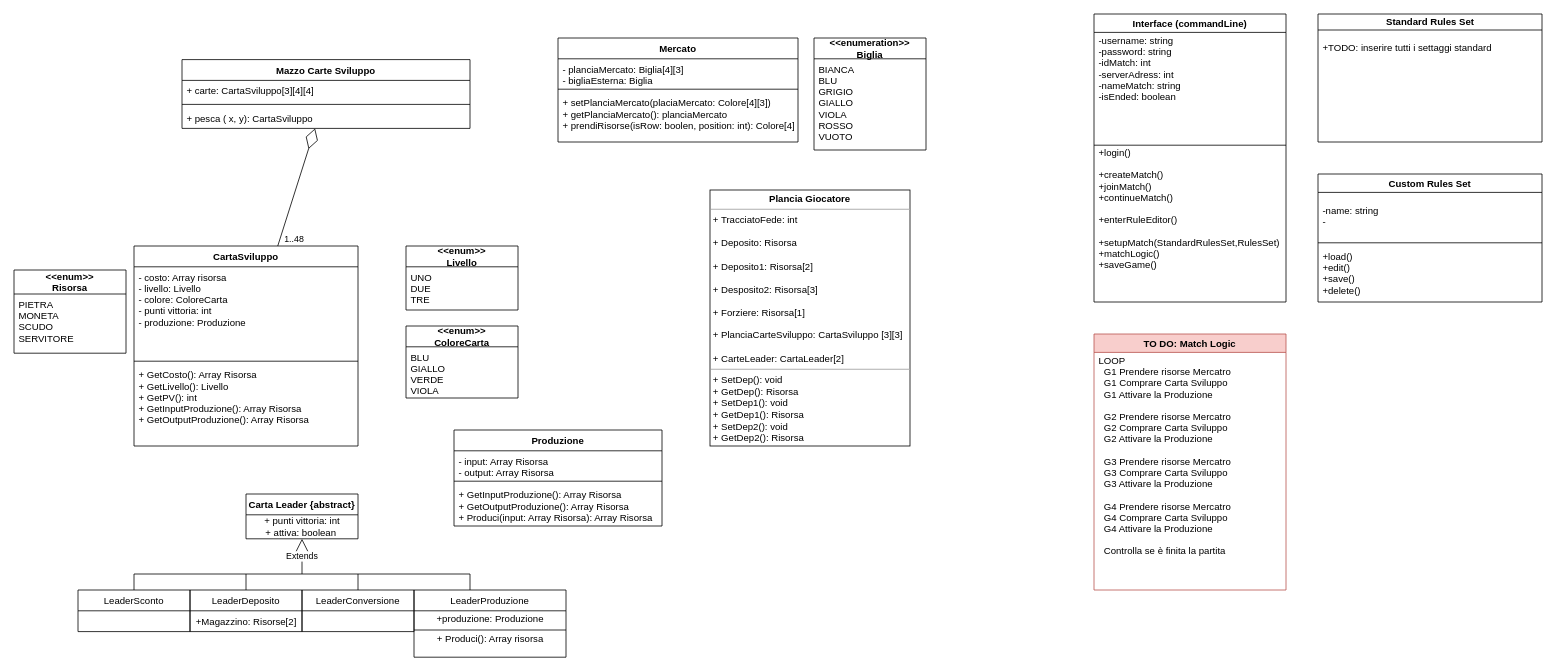
Before: Untitled Diagram.drawio in DavideLancini/ing-sw-2021-Lancini-Gilli-Frigerio, a draw.io diagram. Source tidied: cells renumbered, new cells numbered last; positions are measured from the earlier drawing's top-left corner, leaving out a move shared by most shapes. Both pictures are drawn from the tidied source at 80%, with x=0, y=0 at pixel (14, 14).
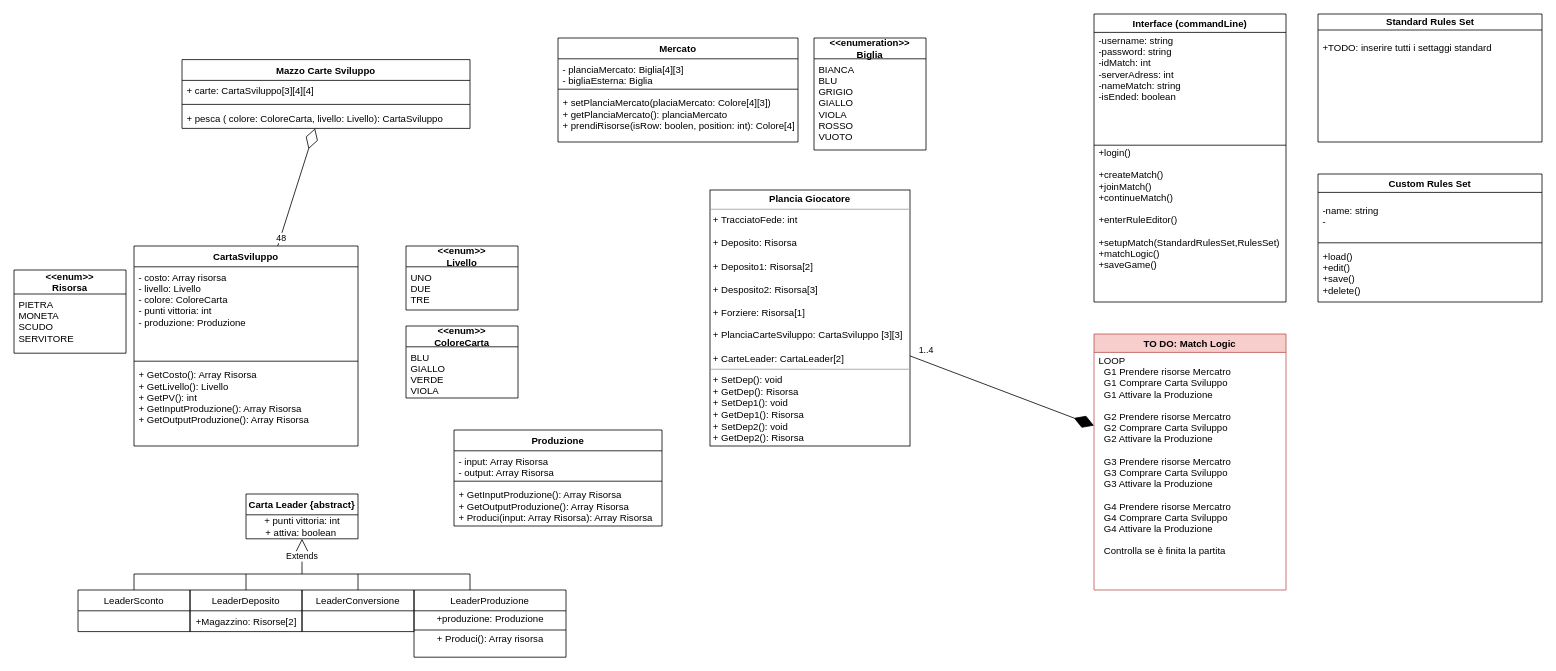
The same diagram, later.

The change refers to these unchanged cells:
```xml
<mxCell id="6" value="&lt;p style=&quot;margin: 0px ; margin-top: 4px ; text-align: center&quot;&gt;&lt;b&gt;Plancia Giocatore&lt;/b&gt;&lt;/p&gt;&lt;hr size=&quot;1&quot;&gt;&lt;p style=&quot;margin: 0px ; margin-left: 4px&quot;&gt;+ TracciatoFede: int&lt;/p&gt;&lt;p style=&quot;margin: 0px ; margin-left: 4px&quot;&gt;&lt;br&gt;&lt;/p&gt;&lt;p style=&quot;margin: 0px ; margin-left: 4px&quot;&gt;+ Deposito: Risorsa&lt;/p&gt;&lt;p style=&quot;margin: 0px ; margin-left: 4px&quot;&gt;&lt;br&gt;&lt;/p&gt;&lt;p style=&quot;margin: 0px ; margin-left: 4px&quot;&gt;+ Deposito1: Risorsa[2]&lt;/p&gt;&lt;p style=&quot;margin: 0px ; margin-left: 4px&quot;&gt;&lt;br&gt;&lt;/p&gt;&lt;p style=&quot;margin: 0px ; margin-left: 4px&quot;&gt;+ Desposito2: Risorsa[3]&lt;/p&gt;&lt;p style=&quot;margin: 0px ; margin-left: 4px&quot;&gt;&lt;br&gt;&lt;/p&gt;&lt;p style=&quot;margin: 0px ; margin-left: 4px&quot;&gt;+ Forziere: Risorsa[1]&lt;/p&gt;&lt;p style=&quot;margin: 0px ; margin-left: 4px&quot;&gt;&lt;br&gt;&lt;/p&gt;&lt;p style=&quot;margin: 0px ; margin-left: 4px&quot;&gt;+ PlanciaCarteSviluppo: CartaSviluppo [3][3]&lt;/p&gt;&lt;p style=&quot;margin: 0px ; margin-left: 4px&quot;&gt;&lt;br&gt;&lt;/p&gt;&lt;p style=&quot;margin: 0px ; margin-left: 4px&quot;&gt;+ CarteLeader: CartaLeader[2]&lt;/p&gt;&lt;hr size=&quot;1&quot;&gt;&lt;p style=&quot;margin: 0px ; margin-left: 4px&quot;&gt;+ SetDep(): void&lt;/p&gt;&lt;p style=&quot;margin: 0px ; margin-left: 4px&quot;&gt;+ GetDep(): Risorsa&lt;/p&gt;&lt;p style=&quot;margin: 0px 0px 0px 4px&quot;&gt;+ SetDep1(): void&lt;/p&gt;&lt;p style=&quot;margin: 0px 0px 0px 4px&quot;&gt;+ GetDep1(): Risorsa&lt;/p&gt;&lt;p style=&quot;margin: 0px 0px 0px 4px&quot;&gt;+ SetDep2(): void&lt;/p&gt;&lt;p style=&quot;margin: 0px 0px 0px 4px&quot;&gt;+ GetDep2(): Risorsa&lt;/p&gt;" style="verticalAlign=top;align=left;overflow=fill;fontSize=12;fontFamily=Helvetica;html=1;" parent="1" vertex="1">
  <mxGeometry x="870" y="220" width="250" height="320" as="geometry" />
</mxCell>
<mxCell id="37" value="TO DO: Match Logic" style="swimlane;strokeColor=#b85450;fillColor=#f8cecc;startSize=23;" parent="1" vertex="1">
  <mxGeometry x="1350" y="400" width="240" height="320" as="geometry" />
</mxCell>
<mxCell id="51" value="Mazzo Carte Sviluppo" style="swimlane;fontStyle=1;align=center;verticalAlign=top;horizontal=1;startSize=26;" parent="1" vertex="1">
  <mxGeometry x="210" y="57" width="360" height="86" as="geometry" />
</mxCell>
<mxCell id="55" style="endArrow=diamondThin;endFill=0;endSize=24;html=1;" parent="1" edge="1" source="7" target="51">
  <mxGeometry relative="1" as="geometry" />
</mxCell>
```

What changed in the source:
```diff
@@
-    <mxCell id="54" value="+ pesca ( x, y): CartaSviluppo" style="text;strokeColor=none;fillColor=none;align=left;verticalAlign=top;spacingLeft=4;spacingRight=4;overflow=hidden;" parent="51" vertex="1">
+    <mxCell id="54" value="+ pesca ( colore: ColoreCarta, livello: Livello): CartaSviluppo" style="text;strokeColor=none;fillColor=none;align=left;verticalAlign=top;spacingLeft=4;spacingRight=4;overflow=hidden;" parent="51" vertex="1">
       <mxGeometry y="60" width="360" height="26" as="geometry" />
     </mxCell>
@@
-    <mxCell id="56" value="1..48" style="edgeLabel;html=1;align=center;verticalAlign=middle;" parent="55" vertex="1">
-      <mxGeometry x="-0.81" y="-3" relative="1" as="geometry">
-        <mxPoint x="12.9" y="3.4" as="offset" />
-      </mxGeometry>
-    </mxCell>
+    <mxCell id="57" value="48" style="edgeLabel;html=1;align=center;verticalAlign=middle;" parent="55" vertex="1">
+      <mxGeometry x="-0.86" y="-1" relative="1" as="geometry" />
+    </mxCell>
+    <mxCell id="58" style="endArrow=diamondThin;endFill=1;endSize=24;html=1;" parent="1" edge="1" source="6" target="37">
+      <mxGeometry relative="1" as="geometry" />
+    </mxCell>
+    <mxCell id="59" value="1..4" style="edgeLabel;html=1;align=center;verticalAlign=middle;" parent="58" vertex="1">
+      <mxGeometry x="-0.86" y="3" relative="1" as="geometry">
+        <mxPoint x="3" y="-10.6" as="offset" />
+      </mxGeometry>
+    </mxCell>
```
